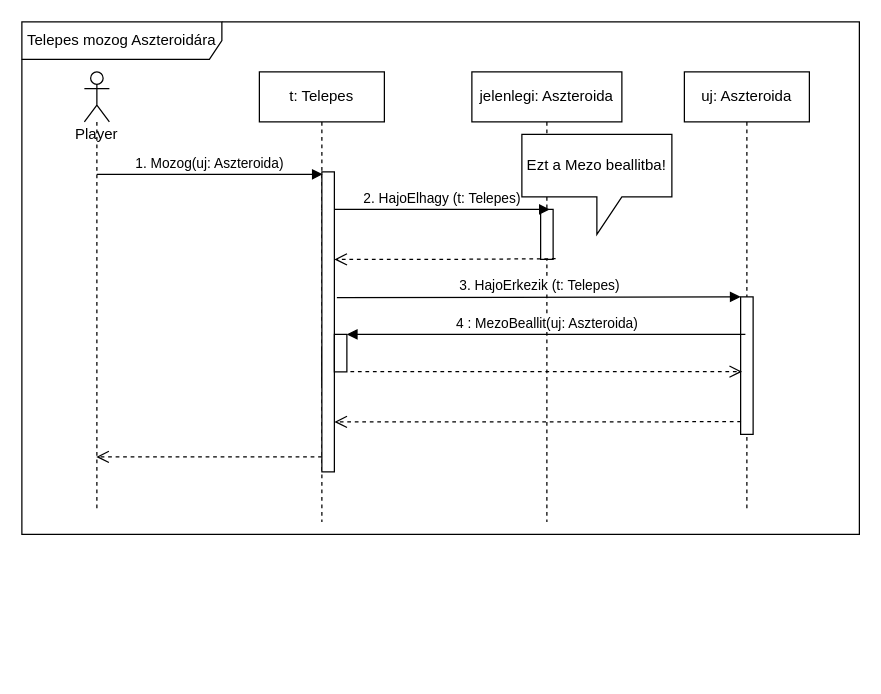
The draw.io diagram doc/szekvencia/szek_TelepesMozog.drawio in torpeBoiGo/aszteroidabanyaszat, before the edit. Source tidied: cells renumbered, new cells numbered last; positions are measured from the earlier drawing's top-left corner, leaving out a move shared by most shapes. Both pictures are drawn from the tidied source at 125%, with x=0, y=0 at pixel (21, 21).
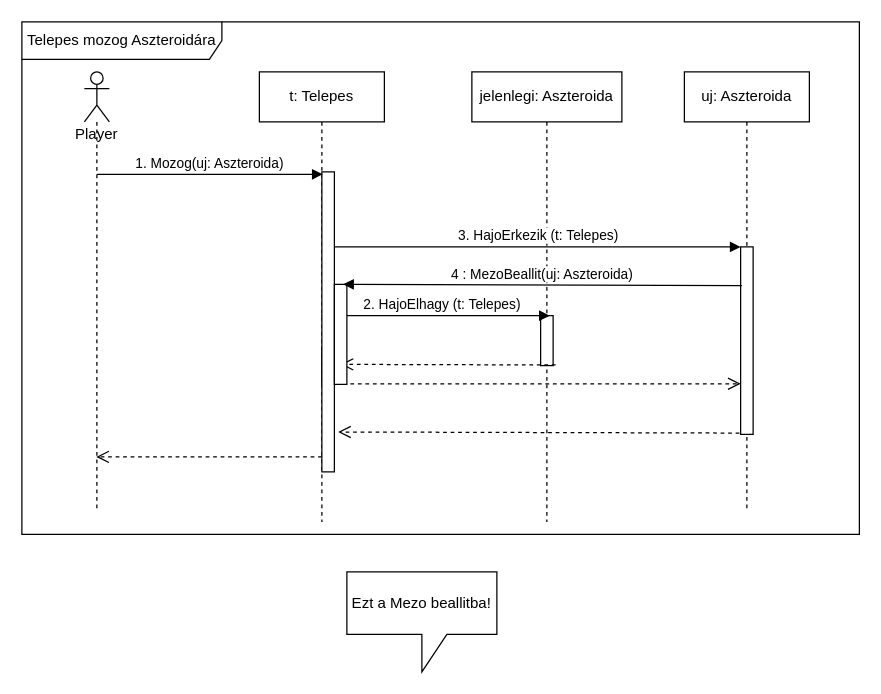
Above is the later version.

Commit message:
mezo beallit pontosítás

Unchanged cells that the change refers to:
```xml
<mxCell id="4" value="jelenlegi: Aszteroida" style="shape=umlLifeline;perimeter=lifelinePerimeter;whiteSpace=wrap;html=1;" parent="1" vertex="1">
  <mxGeometry x="360" y="40" width="120" height="360" as="geometry" />
</mxCell>
<mxCell id="6" value="uj: Aszteroida" style="shape=umlLifeline;perimeter=lifelinePerimeter;whiteSpace=wrap;html=1;outlineConnect=0;" parent="1" vertex="1">
  <mxGeometry x="530" y="40" width="100" height="350" as="geometry" />
</mxCell>
<mxCell id="12" style="html=1;points=[];perimeter=orthogonalPerimeter;" parent="1" vertex="1">
  <mxGeometry x="240" y="120" width="10" height="240" as="geometry" />
</mxCell>
```

The edit, as a diff of the source:
```diff
@@
     <mxCell id="5" style="html=1;points=[];perimeter=orthogonalPerimeter;" parent="4" vertex="1">
-      <mxGeometry x="55" y="110" width="10" height="40" as="geometry" />
+      <mxGeometry x="55" y="195" width="10" height="40" as="geometry" />
     </mxCell>
@@
     <mxCell id="7" style="html=1;points=[];perimeter=orthogonalPerimeter;" parent="6" vertex="1">
-      <mxGeometry x="45" y="180" width="10" height="110" as="geometry" />
+      <mxGeometry x="45" y="140" width="10" height="150" as="geometry" />
     </mxCell>
@@
-    <mxCell id="9" style="html=1;verticalAlign=bottom;endArrow=open;dashed=1;endSize=8;exitX=1.2;exitY=0.987;exitDx=0;exitDy=0;exitPerimeter=0;" parent="1" edge="1" source="5" target="12">
+    <mxCell id="9" style="html=1;verticalAlign=bottom;endArrow=open;dashed=1;endSize=8;exitX=1.2;exitY=0.987;exitDx=0;exitDy=0;exitPerimeter=0;" parent="1" edge="1" source="5">
       <mxGeometry relative="1" as="geometry">
-        <Array as="points">
-          <mxPoint x="340" y="190" />
-        </Array>
+        <mxPoint x="255" y="274" as="targetPoint" />
       </mxGeometry>
     </mxCell>
-    <mxCell id="10" value="3. HajoErkezik (t: Telepes)" style="html=1;verticalAlign=bottom;endArrow=block;entryX=0;entryY=0;exitX=1.2;exitY=0.419;exitDx=0;exitDy=0;exitPerimeter=0;" parent="1" edge="1" source="12" target="7">
+    <mxCell id="10" value="3. HajoErkezik (t: Telepes)" style="html=1;verticalAlign=bottom;endArrow=block;entryX=0;entryY=0;" parent="1" edge="1" source="12" target="7">
       <mxGeometry relative="1" as="geometry" />
     </mxCell>
@@
-    <mxCell id="15" style="html=1;verticalAlign=bottom;endArrow=open;dashed=1;endSize=8;exitX=0.033;exitY=0.908;exitDx=0;exitDy=0;exitPerimeter=0;" parent="1" edge="1" source="7">
-      <mxGeometry x="-0.09" relative="1" as="geometry">
-        <mxPoint x="250" y="320" as="targetPoint" />
-      </mxGeometry>
+    <mxCell id="15" style="html=1;verticalAlign=bottom;endArrow=open;dashed=1;endSize=8;exitX=-0.1;exitY=0.993;exitDx=0;exitDy=0;exitPerimeter=0;entryX=1.3;entryY=0.867;entryDx=0;entryDy=0;entryPerimeter=0;" parent="1" edge="1" source="7" target="12">
+      <mxGeometry x="-0.09" relative="1" as="geometry" />
     </mxCell>
     <mxCell id="16" style="html=1;points=[];perimeter=orthogonalPerimeter;" parent="1" vertex="1">
-      <mxGeometry x="250" y="250" width="10" height="30" as="geometry" />
+      <mxGeometry x="250" y="210" width="10" height="80" as="geometry" />
     </mxCell>
-    <mxCell id="17" value="4 : MezoBeallit(uj: Aszteroida)" style="html=1;verticalAlign=bottom;endArrow=block;exitX=0.488;exitY=0.6;exitDx=0;exitDy=0;exitPerimeter=0;" parent="1" edge="1" source="6" target="16">
+    <mxCell id="17" value="4 : MezoBeallit(uj: Aszteroida)" style="html=1;verticalAlign=bottom;endArrow=block;exitX=0.1;exitY=0.207;exitDx=0;exitDy=0;exitPerimeter=0;entryX=0.7;entryY=0;entryDx=0;entryDy=0;entryPerimeter=0;" parent="1" edge="1" source="7" target="16">
       <mxGeometry relative="1" as="geometry" />
     </mxCell>
-    <mxCell id="18" style="html=1;verticalAlign=bottom;endArrow=open;dashed=1;endSize=8;exitX=1.283;exitY=0.994;exitDx=0;exitDy=0;exitPerimeter=0;entryX=0.117;entryY=0.544;entryDx=0;entryDy=0;entryPerimeter=0;" parent="1" edge="1" source="16" target="7">
+    <mxCell id="18" style="html=1;verticalAlign=bottom;endArrow=open;dashed=1;endSize=8;exitX=1.283;exitY=0.994;exitDx=0;exitDy=0;exitPerimeter=0;" parent="1" edge="1" source="16" target="7">
       <mxGeometry relative="1" as="geometry" />
     </mxCell>
@@
     <mxCell id="20" value="Ezt a Mezo beallitba!" style="shape=callout;whiteSpace=wrap;html=1;perimeter=calloutPerimeter;" parent="1" vertex="1">
-      <mxGeometry x="400" y="90" width="120" height="80" as="geometry" />
+      <mxGeometry x="260" y="440" width="120" height="80" as="geometry" />
     </mxCell>
```
